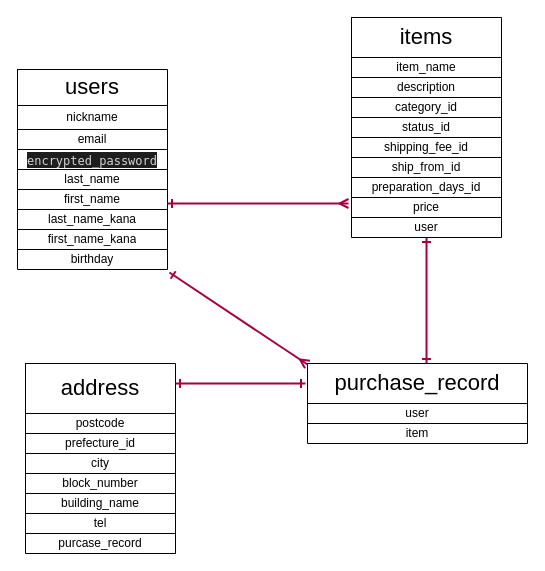
Before: er.dio in splashkida/furima-29608, a draw.io diagram. Source tidied: cells renumbered, new cells numbered last; positions are measured from the earlier drawing's top-left corner, leaving out a move shared by most shapes. Both pictures are drawn from the tidied source at 100%, with x=0, y=0 at pixel (17, 17).
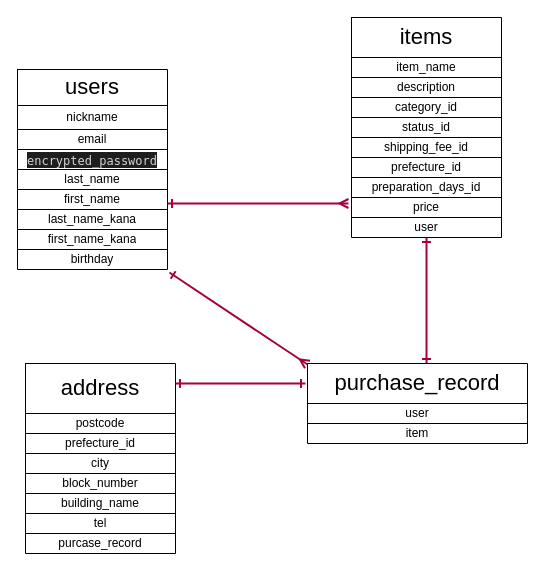
The same diagram, later.

Commit message (it also covers changes not shown here):
テーブル設計修正３

The change refers to these unchanged cells:
```xml
<mxCell id="61" style="shape=partialRectangle;html=1;whiteSpace=wrap;fillColor=none;top=0;left=0;bottom=0;right=0;" parent="48" vertex="1">
  <mxGeometry y="140" width="150" height="20" as="geometry" />
</mxCell>
```

Diff of the diagram source:
```diff
@@
-    <mxCell id="62" value="ship_from_id" style="shape=partialRectangle;html=1;whiteSpace=wrap;overflow=hidden;fillColor=none;top=0;left=0;bottom=0;right=0;" parent="61" vertex="1">
+    <mxCell id="62" value="prefecture_id" style="shape=partialRectangle;html=1;whiteSpace=wrap;overflow=hidden;fillColor=none;top=0;left=0;bottom=0;right=0;" parent="61" vertex="1">
       <mxGeometry width="150" height="20" as="geometry" />
     </mxCell>
```
